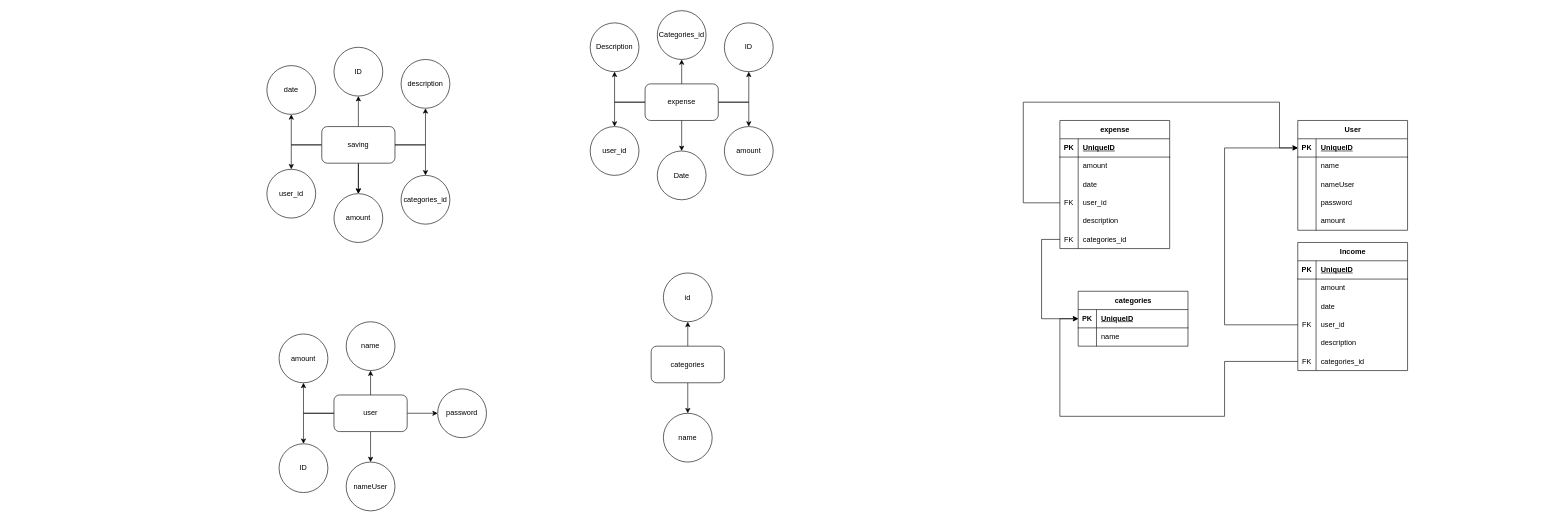
The draw.io diagram Diagrama.drawio in BryanDiaz-dev/GestorDeGastos, before the edit. Source tidied: cells renumbered, new cells numbered last; positions are measured from the earlier drawing's top-left corner, leaving out a move shared by most shapes. Both pictures are drawn from the tidied source at 61%, with x=0, y=0 at pixel (267, 10).
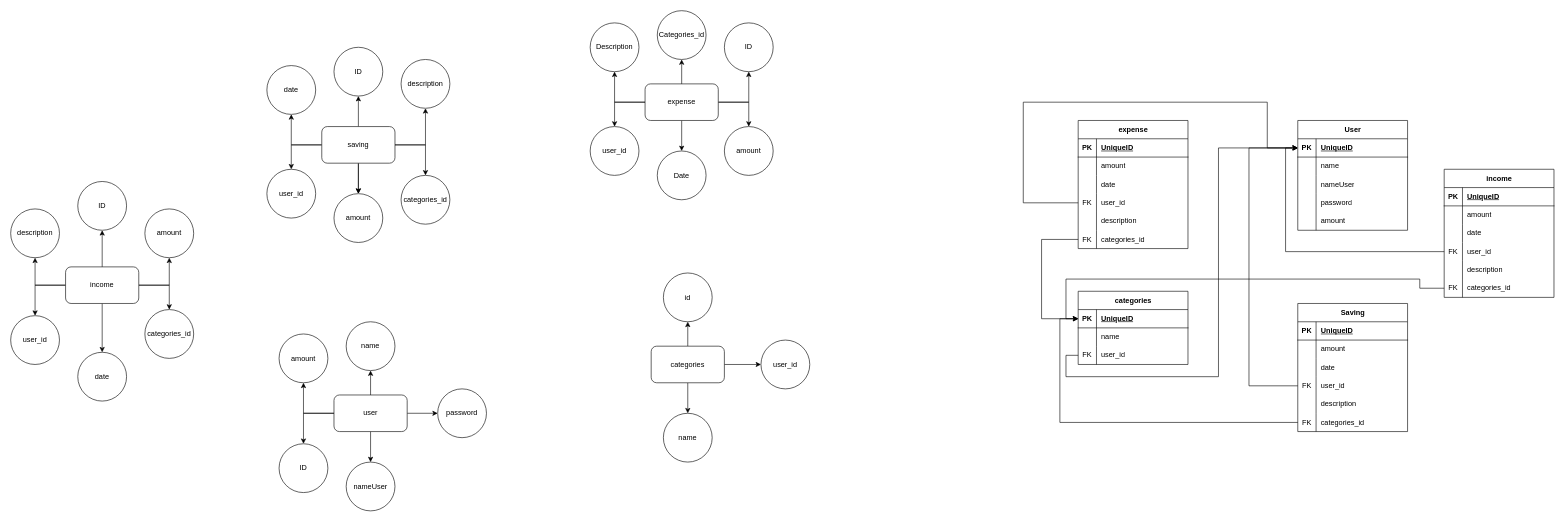
Above is the later version.

Unchanged cells that the change refers to:
```xml
<mxCell id="42" value="categories" style="rounded=1;whiteSpace=wrap;html=1;" parent="1" vertex="1">
  <mxGeometry x="630" y="550" width="120" height="60" as="geometry" />
</mxCell>
<mxCell id="46" style="shape=tableRow;horizontal=0;startSize=0;swimlaneHead=0;swimlaneBody=0;fillColor=none;points=[[0,0.5],[1,0.5]];portConstraint=eastwest;top=0;left=0;right=0;bottom=1;" parent="45" vertex="1">
  <mxGeometry y="30" width="180" height="30" as="geometry" />
</mxCell>
<mxCell id="71" style="shape=tableRow;horizontal=0;startSize=0;swimlaneHead=0;swimlaneBody=0;fillColor=none;points=[[0,0.5],[1,0.5]];portConstraint=eastwest;top=0;left=0;right=0;bottom=0;" parent="61" vertex="1">
  <mxGeometry y="120" width="180" height="30" as="geometry" />
</mxCell>
<mxCell id="77" style="shape=tableRow;horizontal=0;startSize=0;swimlaneHead=0;swimlaneBody=0;fillColor=none;points=[[0,0.5],[1,0.5]];portConstraint=eastwest;top=0;left=0;right=0;bottom=0;" parent="61" vertex="1">
  <mxGeometry y="180" width="180" height="30" as="geometry" />
</mxCell>
<mxCell id="82" style="shape=tableRow;horizontal=0;startSize=0;swimlaneHead=0;swimlaneBody=0;fillColor=none;points=[[0,0.5],[1,0.5]];portConstraint=eastwest;top=0;left=0;right=0;bottom=1;" parent="81" vertex="1">
  <mxGeometry y="30" width="180" height="30" as="geometry" />
</mxCell>
<mxCell id="99" style="shape=tableRow;horizontal=0;startSize=0;swimlaneHead=0;swimlaneBody=0;fillColor=none;points=[[0,0.5],[1,0.5]];portConstraint=eastwest;top=0;left=0;right=0;bottom=0;" parent="89" vertex="1">
  <mxGeometry y="120" width="180" height="30" as="geometry" />
</mxCell>
```

Diff of the diagram source:
```diff
@@
+    <mxCell id="110" style="edgeStyle=orthogonalEdgeStyle;rounded=0;jettySize=auto;html=1;" parent="1" edge="1" source="42" target="115">
+      <mxGeometry relative="1" as="geometry" />
+    </mxCell>
@@
-    <mxCell id="61" value="Income" style="shape=table;startSize=30;childLayout=tableLayout;rowLines=0;fontStyle=1;align=center;html=1;" parent="1" vertex="1">
-      <mxGeometry x="1690" y="380" width="180" height="210" as="geometry" />
+    <mxCell id="61" value="Saving" style="shape=table;startSize=30;childLayout=tableLayout;rowLines=0;fontStyle=1;align=center;html=1;" parent="1" vertex="1">
+      <mxGeometry x="1690" y="480" width="180" height="210" as="geometry" />
     </mxCell>
@@
     <mxCell id="80" style="edgeStyle=orthogonalEdgeStyle;rounded=0;jettySize=auto;html=1;exitX=0;exitY=0.5;exitDx=0;exitDy=0;entryX=0;entryY=0.5;entryDx=0;entryDy=0;" parent="1" edge="1" source="71" target="46">
       <mxGeometry relative="1" as="geometry">
         <Array as="points">
-          <mxPoint x="1570" y="515" />
-          <mxPoint x="1570" y="225" />
+          <mxPoint x="1610" y="615" />
+          <mxPoint x="1610" y="225" />
         </Array>
       </mxGeometry>
     </mxCell>
     <mxCell id="81" value="categories" style="shape=table;startSize=30;childLayout=tableLayout;rowLines=0;fontStyle=1;align=center;html=1;" parent="1" vertex="1">
-      <mxGeometry x="1330" y="460" width="180" height="90" as="geometry" />
+      <mxGeometry x="1330" y="460" width="180" height="120" as="geometry" />
     </mxCell>
@@
+    <mxCell id="111" style="shape=tableRow;horizontal=0;startSize=0;swimlaneHead=0;swimlaneBody=0;fillColor=none;points=[[0,0.5],[1,0.5]];portConstraint=eastwest;top=0;left=0;right=0;bottom=0;" parent="81" vertex="1">
+      <mxGeometry y="90" width="180" height="30" as="geometry" />
+    </mxCell>
+    <mxCell id="112" value="FK" style="shape=partialRectangle;fillColor=none;top=0;left=0;bottom=0;right=0;overflow=hidden;whiteSpace=wrap;html=1;" parent="111" vertex="1">
+      <mxGeometry width="30" height="30" as="geometry" />
+    </mxCell>
+    <mxCell id="113" value="user_id" style="shape=partialRectangle;fillColor=none;top=0;left=0;bottom=0;right=0;align=left;spacingLeft=6;overflow=hidden;whiteSpace=wrap;html=1;" parent="111" vertex="1">
+      <mxGeometry x="30" width="150" height="30" as="geometry" />
+    </mxCell>
     <mxCell id="88" style="edgeStyle=orthogonalEdgeStyle;rounded=0;jettySize=auto;html=1;exitX=0;exitY=0.5;exitDx=0;exitDy=0;entryX=0;entryY=0.5;entryDx=0;entryDy=0;" parent="1" edge="1" source="77" target="82">
       <mxGeometry relative="1" as="geometry">
         <Array as="points">
-          <mxPoint x="1570" y="575" />
-          <mxPoint x="1570" y="665" />
-          <mxPoint x="1300" y="665" />
+          <mxPoint x="1300" y="675" />
           <mxPoint x="1300" y="505" />
         </Array>
       </mxGeometry>
     </mxCell>
     <mxCell id="89" value="expense" style="shape=table;startSize=30;childLayout=tableLayout;rowLines=0;fontStyle=1;align=center;html=1;" parent="1" vertex="1">
-      <mxGeometry x="1300" y="180" width="180" height="210" as="geometry" />
+      <mxGeometry x="1330" y="180" width="180" height="210" as="geometry" />
     </mxCell>
@@
     <mxCell id="108" style="edgeStyle=orthogonalEdgeStyle;rounded=0;jettySize=auto;html=1;exitX=0;exitY=0.5;exitDx=0;exitDy=0;entryX=0;entryY=0.5;entryDx=0;entryDy=0;" parent="1" edge="1" source="99" target="46">
       <mxGeometry relative="1" as="geometry">
         <Array as="points">
           <mxPoint x="1240" y="315" />
           <mxPoint x="1240" y="150" />
-          <mxPoint x="1660" y="150" />
-          <mxPoint x="1660" y="225" />
+          <mxPoint x="1640" y="150" />
+          <mxPoint x="1640" y="225" />
         </Array>
       </mxGeometry>
     </mxCell>
@@
+    <mxCell id="114" style="edgeStyle=orthogonalEdgeStyle;rounded=0;jettySize=auto;html=1;exitX=0;exitY=0.5;exitDx=0;exitDy=0;entryX=0;entryY=0.5;entryDx=0;entryDy=0;" parent="1" edge="1" source="111" target="46">
+      <mxGeometry relative="1" as="geometry">
+        <Array as="points">
+          <mxPoint x="1310" y="565" />
+          <mxPoint x="1310" y="600" />
+          <mxPoint x="1560" y="600" />
+          <mxPoint x="1560" y="225" />
+        </Array>
+      </mxGeometry>
+    </mxCell>
+    <mxCell id="115" value="user_id" style="ellipse;whiteSpace=wrap;html=1;" parent="1" vertex="1">
+      <mxGeometry x="810" y="540" width="80" height="80" as="geometry" />
+    </mxCell>
+    <mxCell id="116" style="edgeStyle=orthogonalEdgeStyle;rounded=0;jettySize=auto;html=1;" parent="1" edge="1" source="122" target="124">
+      <mxGeometry relative="1" as="geometry" />
+    </mxCell>
+    <mxCell id="117" style="edgeStyle=orthogonalEdgeStyle;rounded=0;jettySize=auto;html=1;" parent="1" edge="1" source="122" target="123">
+      <mxGeometry relative="1" as="geometry" />
+    </mxCell>
+    <mxCell id="118" style="edgeStyle=orthogonalEdgeStyle;rounded=0;jettySize=auto;html=1;" parent="1" edge="1" source="122" target="128">
+      <mxGeometry relative="1" as="geometry" />
+    </mxCell>
+    <mxCell id="119" style="edgeStyle=orthogonalEdgeStyle;rounded=0;jettySize=auto;html=1;" parent="1" edge="1" source="122" target="127">
+      <mxGeometry relative="1" as="geometry" />
+    </mxCell>
+    <mxCell id="120" style="edgeStyle=orthogonalEdgeStyle;rounded=0;jettySize=auto;html=1;" parent="1" edge="1" source="122" target="126">
+      <mxGeometry relative="1" as="geometry" />
+    </mxCell>
+    <mxCell id="121" style="edgeStyle=orthogonalEdgeStyle;rounded=0;jettySize=auto;html=1;" parent="1" edge="1" source="122" target="125">
+      <mxGeometry relative="1" as="geometry" />
+    </mxCell>
+    <mxCell id="122" value="income" style="rounded=1;whiteSpace=wrap;html=1;" parent="1" vertex="1">
+      <mxGeometry x="-330" y="420" width="120" height="60" as="geometry" />
+    </mxCell>
+    <mxCell id="123" value="ID" style="ellipse;whiteSpace=wrap;html=1;" parent="1" vertex="1">
+      <mxGeometry x="-310" y="280" width="80" height="80" as="geometry" />
+    </mxCell>
+    <mxCell id="124" value="description" style="ellipse;whiteSpace=wrap;html=1;" parent="1" vertex="1">
+      <mxGeometry x="-420" y="325" width="80" height="80" as="geometry" />
+    </mxCell>
+    <mxCell id="125" value="user_id" style="ellipse;whiteSpace=wrap;html=1;" parent="1" vertex="1">
+      <mxGeometry x="-420" y="500" width="80" height="80" as="geometry" />
+    </mxCell>
+    <mxCell id="126" value="date" style="ellipse;whiteSpace=wrap;html=1;" parent="1" vertex="1">
+      <mxGeometry x="-310" y="560" width="80" height="80" as="geometry" />
+    </mxCell>
+    <mxCell id="127" value="categories_id" style="ellipse;whiteSpace=wrap;html=1;" parent="1" vertex="1">
+      <mxGeometry x="-200" y="490" width="80" height="80" as="geometry" />
+    </mxCell>
+    <mxCell id="128" value="amount" style="ellipse;whiteSpace=wrap;html=1;" parent="1" vertex="1">
+      <mxGeometry x="-200" y="325" width="80" height="80" as="geometry" />
+    </mxCell>
+    <mxCell id="129" value="income" style="shape=table;startSize=30;childLayout=tableLayout;rowLines=0;fontStyle=1;align=center;html=1;" parent="1" vertex="1">
+      <mxGeometry x="1930" y="260" width="180" height="210" as="geometry" />
+    </mxCell>
+    <mxCell id="130" style="shape=tableRow;horizontal=0;startSize=0;swimlaneHead=0;swimlaneBody=0;fillColor=none;top=0;left=0;right=0;bottom=1;" parent="129" vertex="1">
+      <mxGeometry y="30" width="180" height="30" as="geometry" />
+    </mxCell>
+    <mxCell id="131" value="PK" style="shape=partialRectangle;fillColor=none;top=0;left=0;bottom=0;right=0;fontStyle=1;overflow=hidden;whiteSpace=wrap;html=1;" parent="130" vertex="1">
+      <mxGeometry width="30" height="30" as="geometry" />
+    </mxCell>
+    <mxCell id="132" value="UniqueID" style="shape=partialRectangle;fillColor=none;top=0;left=0;bottom=0;right=0;align=left;spacingLeft=6;fontStyle=5;overflow=hidden;whiteSpace=wrap;html=1;" parent="130" vertex="1">
+      <mxGeometry x="30" width="150" height="30" as="geometry" />
+    </mxCell>
+    <mxCell id="133" style="shape=tableRow;horizontal=0;startSize=0;swimlaneHead=0;swimlaneBody=0;fillColor=none;top=0;left=0;right=0;bottom=0;" parent="129" vertex="1">
+      <mxGeometry y="60" width="180" height="30" as="geometry" />
+    </mxCell>
+    <mxCell id="134" style="shape=partialRectangle;fillColor=none;top=0;left=0;bottom=0;right=0;overflow=hidden;whiteSpace=wrap;html=1;" parent="133" vertex="1">
+      <mxGeometry width="30" height="30" as="geometry" />
+    </mxCell>
+    <mxCell id="135" value="amount" style="shape=partialRectangle;fillColor=none;top=0;left=0;bottom=0;right=0;align=left;spacingLeft=6;overflow=hidden;whiteSpace=wrap;html=1;" parent="133" vertex="1">
+      <mxGeometry x="30" width="150" height="30" as="geometry" />
+    </mxCell>
+    <mxCell id="136" style="shape=tableRow;horizontal=0;startSize=0;swimlaneHead=0;swimlaneBody=0;fillColor=none;top=0;left=0;right=0;bottom=0;" parent="129" vertex="1">
+      <mxGeometry y="90" width="180" height="30" as="geometry" />
+    </mxCell>
+    <mxCell id="137" style="shape=partialRectangle;fillColor=none;top=0;left=0;bottom=0;right=0;overflow=hidden;whiteSpace=wrap;html=1;" parent="136" vertex="1">
+      <mxGeometry width="30" height="30" as="geometry" />
+    </mxCell>
+    <mxCell id="138" value="date" style="shape=partialRectangle;fillColor=none;top=0;left=0;bottom=0;right=0;align=left;spacingLeft=6;overflow=hidden;whiteSpace=wrap;html=1;" parent="136" vertex="1">
+      <mxGeometry x="30" width="150" height="30" as="geometry" />
+    </mxCell>
+    <mxCell id="139" style="shape=tableRow;horizontal=0;startSize=0;swimlaneHead=0;swimlaneBody=0;fillColor=none;points=[[0,0.5],[1,0.5]];portConstraint=eastwest;top=0;left=0;right=0;bottom=0;" parent="129" vertex="1">
+      <mxGeometry y="120" width="180" height="30" as="geometry" />
+    </mxCell>
+    <mxCell id="140" value="FK" style="shape=partialRectangle;fillColor=none;top=0;left=0;bottom=0;right=0;overflow=hidden;whiteSpace=wrap;html=1;" parent="139" vertex="1">
+      <mxGeometry width="30" height="30" as="geometry" />
+    </mxCell>
+    <mxCell id="141" value="user_id" style="shape=partialRectangle;fillColor=none;top=0;left=0;bottom=0;right=0;align=left;spacingLeft=6;overflow=hidden;whiteSpace=wrap;html=1;" parent="139" vertex="1">
+      <mxGeometry x="30" width="150" height="30" as="geometry" />
+    </mxCell>
+    <mxCell id="142" style="shape=tableRow;horizontal=0;startSize=0;swimlaneHead=0;swimlaneBody=0;fillColor=none;top=0;left=0;right=0;bottom=0;" parent="129" vertex="1">
+      <mxGeometry y="150" width="180" height="30" as="geometry" />
+    </mxCell>
+    <mxCell id="143" style="shape=partialRectangle;fillColor=none;top=0;left=0;bottom=0;right=0;overflow=hidden;whiteSpace=wrap;html=1;" parent="142" vertex="1">
+      <mxGeometry width="30" height="30" as="geometry" />
+    </mxCell>
+    <mxCell id="144" value="description" style="shape=partialRectangle;fillColor=none;top=0;left=0;bottom=0;right=0;align=left;spacingLeft=6;overflow=hidden;whiteSpace=wrap;html=1;" parent="142" vertex="1">
+      <mxGeometry x="30" width="150" height="30" as="geometry" />
+    </mxCell>
+    <mxCell id="145" style="shape=tableRow;horizontal=0;startSize=0;swimlaneHead=0;swimlaneBody=0;fillColor=none;points=[[0,0.5],[1,0.5]];portConstraint=eastwest;top=0;left=0;right=0;bottom=0;" parent="129" vertex="1">
+      <mxGeometry y="180" width="180" height="30" as="geometry" />
+    </mxCell>
+    <mxCell id="146" value="FK" style="shape=partialRectangle;fillColor=none;top=0;left=0;bottom=0;right=0;overflow=hidden;whiteSpace=wrap;html=1;" parent="145" vertex="1">
+      <mxGeometry width="30" height="30" as="geometry" />
+    </mxCell>
+    <mxCell id="147" value="categories_id" style="shape=partialRectangle;fillColor=none;top=0;left=0;bottom=0;right=0;align=left;spacingLeft=6;overflow=hidden;whiteSpace=wrap;html=1;" parent="145" vertex="1">
+      <mxGeometry x="30" width="150" height="30" as="geometry" />
+    </mxCell>
+    <mxCell id="148" style="edgeStyle=orthogonalEdgeStyle;rounded=0;jettySize=auto;html=1;exitX=0;exitY=0.5;exitDx=0;exitDy=0;entryX=0;entryY=0.5;entryDx=0;entryDy=0;" parent="1" edge="1" source="139" target="46">
+      <mxGeometry relative="1" as="geometry" />
+    </mxCell>
+    <mxCell id="149" style="edgeStyle=orthogonalEdgeStyle;rounded=0;jettySize=auto;html=1;exitX=0;exitY=0.5;exitDx=0;exitDy=0;entryX=0;entryY=0.5;entryDx=0;entryDy=0;" parent="1" edge="1" source="145" target="82">
+      <mxGeometry relative="1" as="geometry">
+        <Array as="points">
+          <mxPoint x="1890" y="455" />
+          <mxPoint x="1890" y="440" />
+          <mxPoint x="1310" y="440" />
+          <mxPoint x="1310" y="505" />
+        </Array>
+      </mxGeometry>
+    </mxCell>
```
